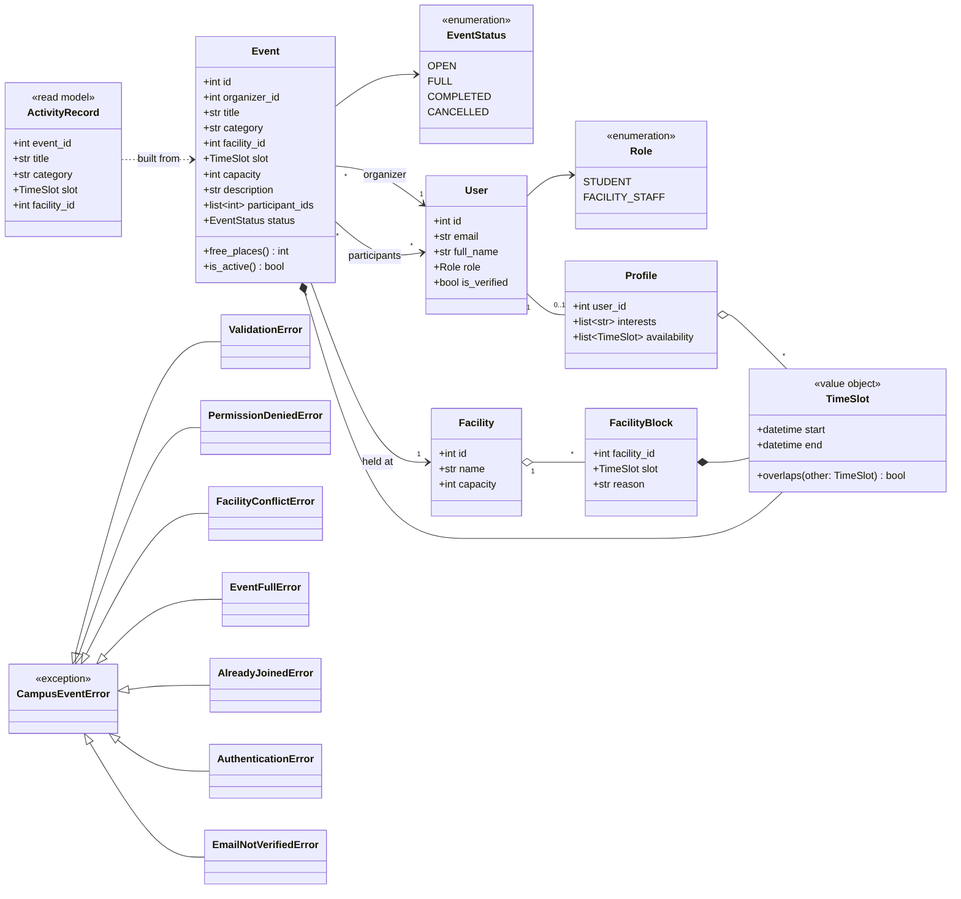
Before: docs/design/class/domain_classes.png, a diagram exported from Mermaid (emir-heval-arda-harun/CMPE-331-project). Its source is kept beside it as docs/design/class/domain_classes.mmd. Source of this version:
```mermaid
classDiagram
    direction LR
    class Role {
        <<enumeration>>
        STUDENT
        FACILITY_STAFF
    }
    class EventStatus {
        <<enumeration>>
        OPEN
        FULL
        COMPLETED
        CANCELLED
    }
    class TimeSlot {
        <<value object>>
        +datetime start
        +datetime end
        +overlaps(other: TimeSlot) bool
    }
    class User {
        +int id
        +str email
        +str full_name
        +Role role
        +bool is_verified
    }
    class Profile {
        +int user_id
        +list~str~ interests
        +list~TimeSlot~ availability
    }
    class Facility {
        +int id
        +str name
        +int capacity
    }
    class FacilityBlock {
        +int facility_id
        +TimeSlot slot
        +str reason
    }
    class Event {
        +int id
        +int organizer_id
        +str title
        +str category
        +int facility_id
        +TimeSlot slot
        +int capacity
        +str description
        +list~int~ participant_ids
        +EventStatus status
        +free_places() int
        +is_active() bool
    }
    class ActivityRecord {
        <<read model>>
        +int event_id
        +str title
        +str category
        +TimeSlot slot
        +int facility_id
    }
    class CampusEventError {
        <<exception>>
    }
    class ValidationError
    class PermissionDeniedError
    class FacilityConflictError
    class EventFullError
    class AlreadyJoinedError
    class AuthenticationError
    class EmailNotVerifiedError

    User --> Role
    User "1" -- "0..1" Profile
    Profile o-- "*" TimeSlot
    Facility "1" o-- "*" FacilityBlock
    FacilityBlock *-- TimeSlot
    Event *-- TimeSlot
    Event --> EventStatus
    Event "*" --> "1" Facility : held at
    Event "*" --> "1" User : organizer
    Event "*" --> "*" User : participants
    ActivityRecord ..> Event : built from
    CampusEventError <|-- ValidationError
    CampusEventError <|-- PermissionDeniedError
    CampusEventError <|-- FacilityConflictError
    CampusEventError <|-- EventFullError
    CampusEventError <|-- AlreadyJoinedError
    CampusEventError <|-- AuthenticationError
    CampusEventError <|-- EmailNotVerifiedError
```
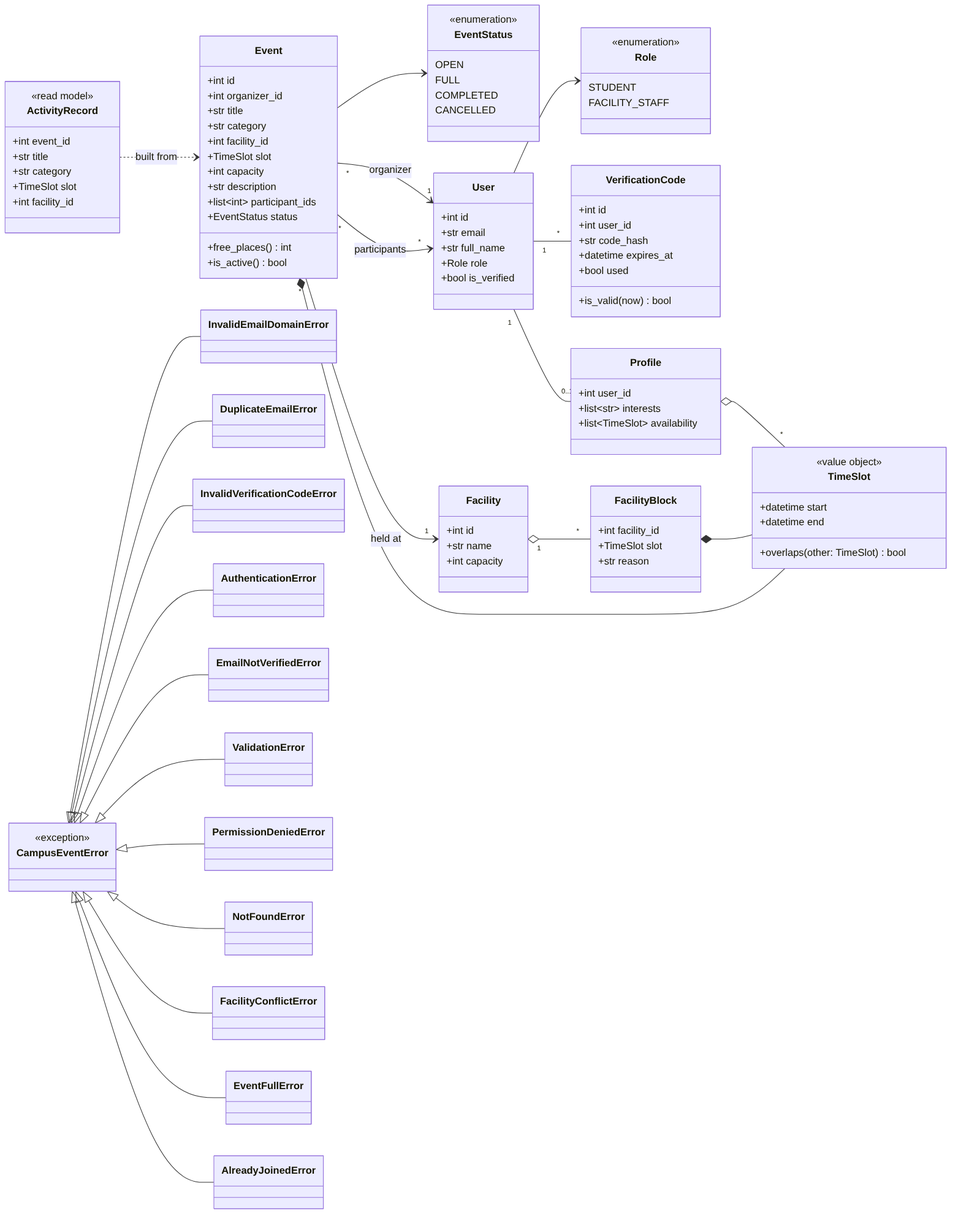
Above is the later version.

Diff of the diagram source:
```diff
@@ -24,6 +24,14 @@
         +str full_name
         +Role role
         +bool is_verified
+    }
+    class VerificationCode {
+        +int id
+        +int user_id
+        +str code_hash
+        +datetime expires_at
+        +bool used
+        +is_valid(now) bool
     }
     class Profile {
         +int user_id
@@ -65,16 +73,21 @@
     class CampusEventError {
         <<exception>>
     }
+    class InvalidEmailDomainError
+    class DuplicateEmailError
+    class InvalidVerificationCodeError
+    class AuthenticationError
+    class EmailNotVerifiedError
     class ValidationError
     class PermissionDeniedError
+    class NotFoundError
     class FacilityConflictError
     class EventFullError
     class AlreadyJoinedError
-    class AuthenticationError
-    class EmailNotVerifiedError
 
     User --> Role
     User "1" -- "0..1" Profile
+    User "1" -- "*" VerificationCode
     Profile o-- "*" TimeSlot
     Facility "1" o-- "*" FacilityBlock
     FacilityBlock *-- TimeSlot
@@ -84,10 +97,14 @@
     Event "*" --> "1" User : organizer
     Event "*" --> "*" User : participants
     ActivityRecord ..> Event : built from
+    CampusEventError <|-- InvalidEmailDomainError
+    CampusEventError <|-- DuplicateEmailError
+    CampusEventError <|-- InvalidVerificationCodeError
+    CampusEventError <|-- AuthenticationError
+    CampusEventError <|-- EmailNotVerifiedError
     CampusEventError <|-- ValidationError
     CampusEventError <|-- PermissionDeniedError
+    CampusEventError <|-- NotFoundError
     CampusEventError <|-- FacilityConflictError
     CampusEventError <|-- EventFullError
     CampusEventError <|-- AlreadyJoinedError
-    CampusEventError <|-- AuthenticationError
-    CampusEventError <|-- EmailNotVerifiedError
```
